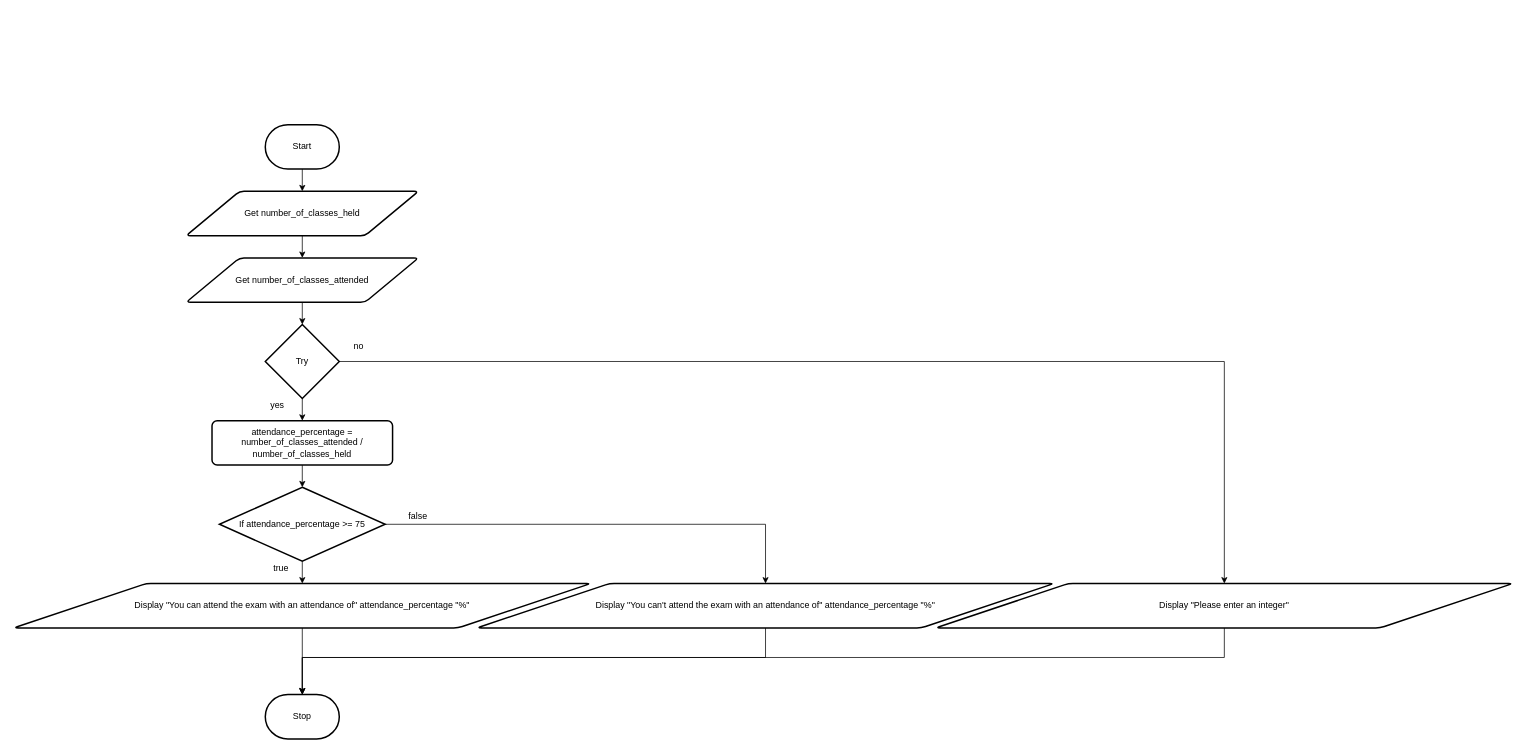
The draw.io diagram page "Flowchart" (1 of 2) of design.drawio in Samuel-Webster-178/ICS3U-Assignment-04-Python, before the edit. Source tidied: cells renumbered, new cells numbered last; positions are measured from the earlier drawing's top-left corner, leaving out a move shared by most shapes. Both pictures are drawn from the tidied source at 74%, with x=0, y=0 at pixel (13, 124).
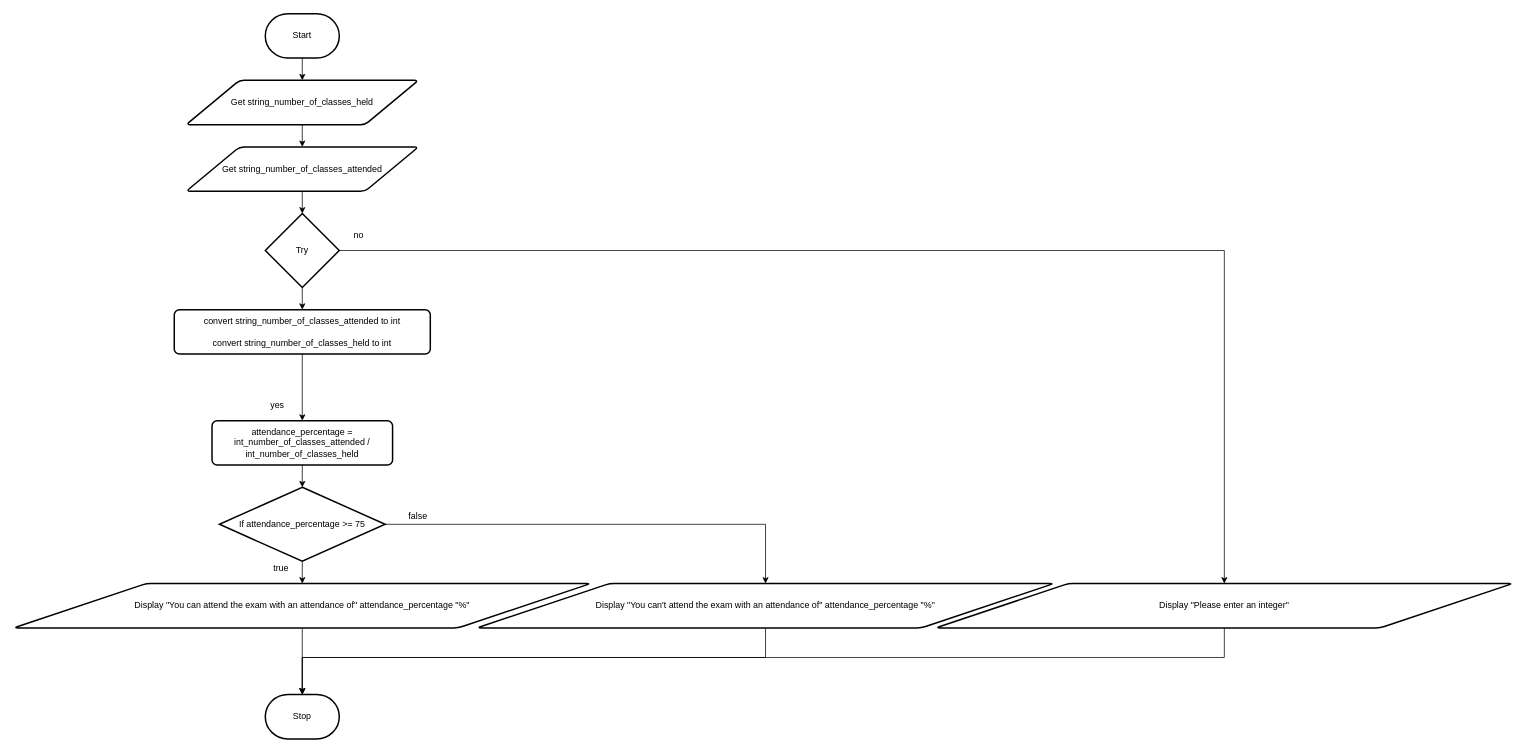
The same page after the edit.

Diff of the diagram source:
```diff
@@
     <mxCell id="3" value="Start" style="strokeWidth=2;html=1;shape=mxgraph.flowchart.terminator;whiteSpace=wrap;" parent="1" vertex="1">
-      <mxGeometry x="340" width="100" height="60" as="geometry" />
+      <mxGeometry x="340" y="-150" width="100" height="60" as="geometry" />
     </mxCell>
@@
-    <mxCell id="5" value="Get number_of_classes_held" style="shape=parallelogram;html=1;strokeWidth=2;perimeter=parallelogramPerimeter;whiteSpace=wrap;rounded=1;arcSize=12;size=0.23;" parent="1" vertex="1">
-      <mxGeometry x="233" y="90" width="314" height="60" as="geometry" />
+    <mxCell id="5" value="Get string_number_of_classes_held" style="shape=parallelogram;html=1;strokeWidth=2;perimeter=parallelogramPerimeter;whiteSpace=wrap;rounded=1;arcSize=12;size=0.23;" parent="1" vertex="1">
+      <mxGeometry x="233" y="-60" width="314" height="60" as="geometry" />
     </mxCell>
@@
-    <mxCell id="7" value="attendance_percentage = number_of_classes_attended / number_of_classes_held" style="rounded=1;whiteSpace=wrap;html=1;absoluteArcSize=1;arcSize=14;strokeWidth=2;" parent="1" vertex="1">
+    <mxCell id="7" value="attendance_percentage = int_number_of_classes_attended / int_number_of_classes_held" style="rounded=1;whiteSpace=wrap;html=1;absoluteArcSize=1;arcSize=14;strokeWidth=2;" parent="1" vertex="1">
       <mxGeometry x="268" y="400" width="244" height="60" as="geometry" />
     </mxCell>
@@
-    <mxCell id="12" value="Get number_of_classes_attended" style="shape=parallelogram;html=1;strokeWidth=2;perimeter=parallelogramPerimeter;whiteSpace=wrap;rounded=1;arcSize=12;size=0.23;" parent="1" vertex="1">
-      <mxGeometry x="233" y="180" width="314" height="60" as="geometry" />
+    <mxCell id="12" value="Get string_number_of_classes_attended" style="shape=parallelogram;html=1;strokeWidth=2;perimeter=parallelogramPerimeter;whiteSpace=wrap;rounded=1;arcSize=12;size=0.23;" parent="1" vertex="1">
+      <mxGeometry x="233" y="30" width="314" height="60" as="geometry" />
     </mxCell>
-    <mxCell id="13" style="edgeStyle=orthogonalEdgeStyle;rounded=0;html=1;" parent="1" edge="1" source="15" target="7">
-      <mxGeometry relative="1" as="geometry" />
-    </mxCell>
@@
+    <mxCell id="27" style="edgeStyle=none;html=1;" parent="1" edge="1" source="15" target="29">
+      <mxGeometry relative="1" as="geometry" />
+    </mxCell>
     <mxCell id="15" value="Try" style="strokeWidth=2;html=1;shape=mxgraph.flowchart.decision;whiteSpace=wrap;" parent="1" vertex="1">
-      <mxGeometry x="340" y="270" width="100" height="100" as="geometry" />
+      <mxGeometry x="340" y="120" width="100" height="100" as="geometry" />
     </mxCell>
@@
     <mxCell id="24" value="no" style="text;html=1;align=center;verticalAlign=middle;strokeColor=none;fillColor=none;" parent="1" vertex="1">
-      <mxGeometry x="451" y="290" width="30" height="20" as="geometry" />
+      <mxGeometry x="451" y="140" width="30" height="20" as="geometry" />
     </mxCell>
@@
+    <mxCell id="28" style="edgeStyle=none;html=1;entryX=0.5;entryY=0;entryDx=0;entryDy=0;" parent="1" edge="1" source="29" target="7">
+      <mxGeometry relative="1" as="geometry" />
+    </mxCell>
+    <mxCell id="29" value="convert string_number_of_classes_attended to int&lt;br&gt;&lt;br&gt;convert string_number_of_classes_held to int" style="rounded=1;whiteSpace=wrap;html=1;absoluteArcSize=1;arcSize=14;strokeWidth=2;" parent="1" vertex="1">
+      <mxGeometry x="217" y="250" width="346" height="60" as="geometry" />
+    </mxCell>
```
